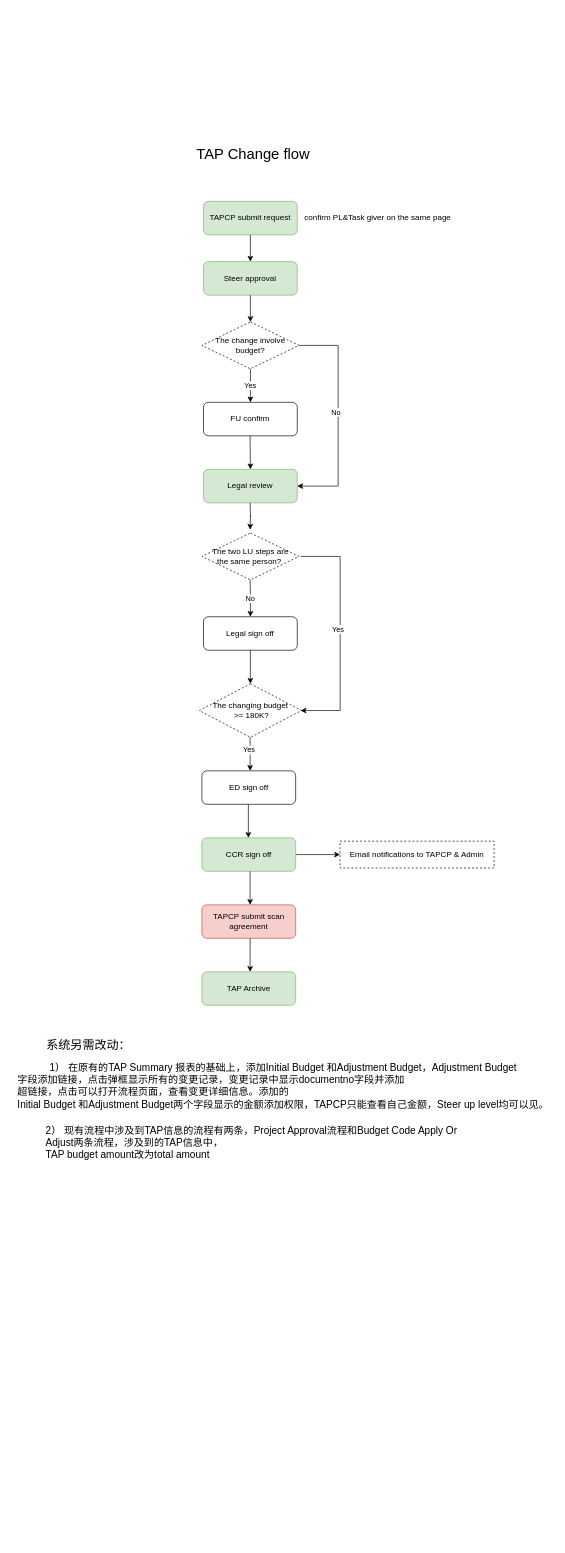
Above: Untitled Diagram.drawio in ruibei/greenpeace_datahub (draw.io), before the change. Source tidied: cells renumbered, new cells numbered last; positions are measured from the earlier drawing's top-left corner, leaving out a move shared by most shapes. Both pictures are drawn from the tidied source at 67%, with x=0, y=0 at pixel (11, 147).
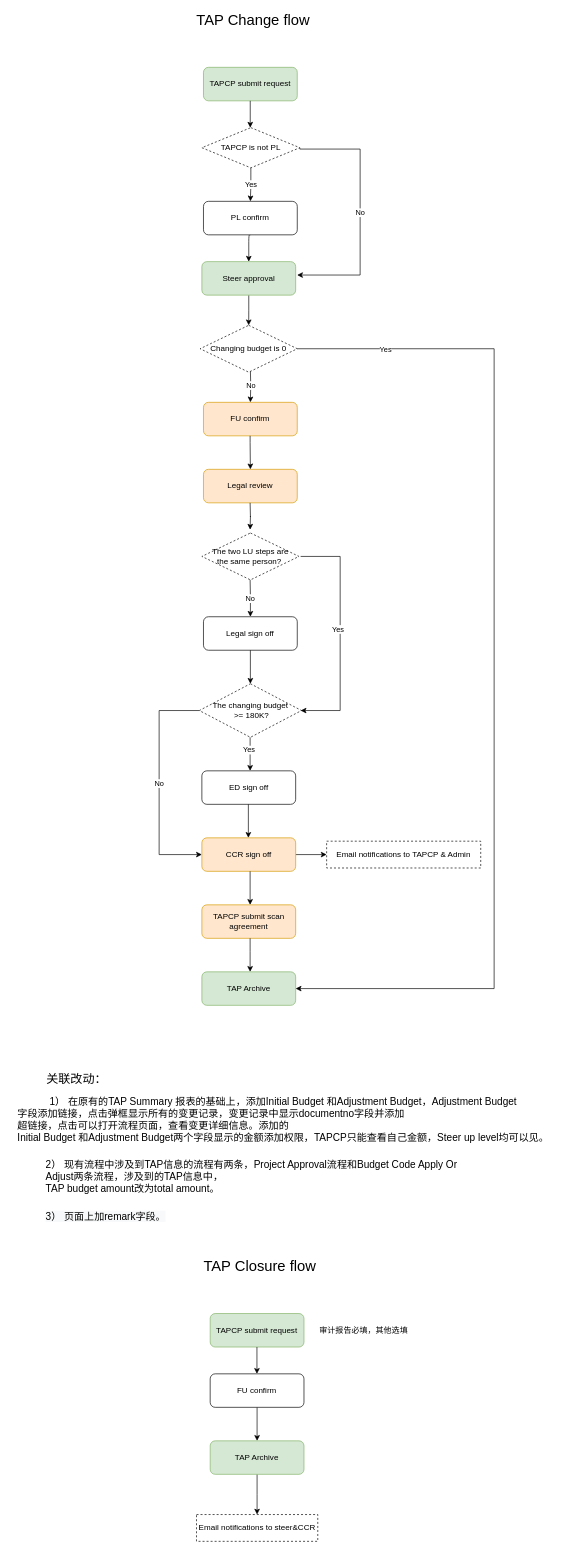
The same page after the edit.

Unchanged cells that the change refers to:
```xml
<mxCell id="19" value="The changing budget&lt;br&gt;&amp;nbsp;&amp;gt;= 180K?" style="rhombus;whiteSpace=wrap;html=1;dashed=1;" parent="1" vertex="1">
  <mxGeometry x="280" y="800" width="152.5" height="80" as="geometry" />
</mxCell>
<mxCell id="29" value="TAP Archive" style="rounded=1;whiteSpace=wrap;html=1;fillColor=#d5e8d4;strokeColor=#82b366;" parent="1" vertex="1">
  <mxGeometry x="283.8" y="1230" width="140" height="50" as="geometry" />
</mxCell>
```

The edit, as a diff of the source:
```diff
@@
     <mxCell id="2" value="TAPCP submit request" style="rounded=1;whiteSpace=wrap;html=1;fillColor=#d5e8d4;strokeColor=#82b366;" parent="1" vertex="1">
-      <mxGeometry x="286.2" y="80" width="140" height="50" as="geometry" />
+      <mxGeometry x="286.2" y="-120" width="140" height="50" as="geometry" />
     </mxCell>
-    <mxCell id="3" style="edgeStyle=segmentEdgeStyle;endArrow=classic;html=1;exitX=0.5;exitY=1;exitDx=0;exitDy=0;entryX=0.5;entryY=0;entryDx=0;entryDy=0;" parent="1" edge="1" source="2" target="5">
-      <mxGeometry relative="1" as="geometry" />
-    </mxCell>
-    <mxCell id="4" value="Yes" style="edgeStyle=orthogonalEdgeStyle;rounded=0;jettySize=auto;html=1;" parent="1" edge="1" source="12" target="6">
-      <mxGeometry relative="1" as="geometry" />
+    <mxCell id="4" value="No" style="edgeStyle=orthogonalEdgeStyle;rounded=0;jettySize=auto;html=1;" parent="1" edge="1" target="6">
+      <mxGeometry relative="1" as="geometry">
+        <mxPoint x="356.2" y="330" as="sourcePoint" />
+      </mxGeometry>
     </mxCell>
+    <mxCell id="37" style="edgeStyle=orthogonalEdgeStyle;rounded=0;jettySize=auto;html=1;entryX=0.5;entryY=0;entryDx=0;entryDy=0;" parent="1" edge="1" source="5" target="47">
+      <mxGeometry relative="1" as="geometry" />
+    </mxCell>
     <mxCell id="5" value="Steer approval" style="rounded=1;whiteSpace=wrap;html=1;fillColor=#d5e8d4;strokeColor=#82b366;" parent="1" vertex="1">
-      <mxGeometry x="286.2" y="170" width="140" height="50" as="geometry" />
+      <mxGeometry x="283.8" y="170" width="140" height="50" as="geometry" />
     </mxCell>
-    <mxCell id="6" value="FU confirm" style="rounded=1;whiteSpace=wrap;html=1;" parent="1" vertex="1">
+    <mxCell id="6" value="FU confirm" style="rounded=1;whiteSpace=wrap;html=1;fillColor=#ffe6cc;strokeColor=#d79b00;" parent="1" vertex="1">
       <mxGeometry x="286.2" y="380" width="140" height="50" as="geometry" />
     </mxCell>
-    <mxCell id="7" value="Legal review" style="rounded=1;whiteSpace=wrap;html=1;fillColor=#d5e8d4;strokeColor=#82b366;" parent="1" vertex="1">
+    <mxCell id="7" value="Legal review" style="rounded=1;whiteSpace=wrap;html=1;fillColor=#ffe6cc;strokeColor=#d79b00;" parent="1" vertex="1">
       <mxGeometry x="286.2" y="480" width="140" height="50" as="geometry" />
     </mxCell>
@@
-    <mxCell id="11" value="confirm PL&amp;amp;Task giver on the same page" style="text;html=1;align=center;verticalAlign=middle;" parent="1" vertex="1">
-      <mxGeometry x="431.2" y="95" width="230" height="20" as="geometry" />
-    </mxCell>
-    <mxCell id="12" value="The change involve budget?" style="rhombus;whiteSpace=wrap;html=1;dashed=1;" parent="1" vertex="1">
-      <mxGeometry x="283.8" y="260" width="145" height="70" as="geometry" />
-    </mxCell>
-    <mxCell id="13" style="edgeStyle=orthogonalEdgeStyle;rounded=0;jettySize=auto;html=1;" parent="1" edge="1" source="5" target="12">
-      <mxGeometry relative="1" as="geometry" />
-    </mxCell>
-    <mxCell id="14" style="edgeStyle=orthogonalEdgeStyle;rounded=0;jettySize=auto;html=1;exitX=1;exitY=0.5;exitDx=0;exitDy=0;entryX=1;entryY=0.5;entryDx=0;entryDy=0;" parent="1" edge="1" source="12" target="7">
-      <mxGeometry relative="1" as="geometry">
-        <Array as="points">
-          <mxPoint x="487.2" y="295" />
-          <mxPoint x="487.2" y="505" />
-        </Array>
-      </mxGeometry>
-    </mxCell>
-    <mxCell id="15" value="No" style="edgeLabel;html=1;align=center;verticalAlign=middle;" parent="14" vertex="1">
-      <mxGeometry x="-0.04" y="-4" relative="1" as="geometry" />
-    </mxCell>
@@
+    <mxCell id="38" value="No" style="edgeStyle=orthogonalEdgeStyle;rounded=0;jettySize=auto;html=1;entryX=0;entryY=0.5;entryDx=0;entryDy=0;exitX=0;exitY=0.5;exitDx=0;exitDy=0;" parent="1" edge="1" source="19" target="26">
+      <mxGeometry relative="1" as="geometry">
+        <Array as="points">
+          <mxPoint x="220" y="840" />
+          <mxPoint x="220" y="1055" />
+        </Array>
+      </mxGeometry>
+    </mxCell>
@@
-    <mxCell id="26" value="CCR sign off" style="rounded=1;whiteSpace=wrap;html=1;fillColor=#d5e8d4;strokeColor=#82b366;" parent="1" vertex="1">
+    <mxCell id="26" value="CCR sign off" style="rounded=1;whiteSpace=wrap;html=1;fillColor=#ffe6cc;strokeColor=#d79b00;" parent="1" vertex="1">
       <mxGeometry x="283.8" y="1030" width="140" height="50" as="geometry" />
     </mxCell>
@@
     <mxCell id="28" value="Email notifications to TAPCP &amp;amp; Admin" style="html=1;whiteSpace=wrap;dashed=1;" parent="1" vertex="1">
-      <mxGeometry x="490" y="1035" width="230" height="40" as="geometry" />
+      <mxGeometry x="470" y="1035" width="230" height="40" as="geometry" />
     </mxCell>
@@
-    <mxCell id="30" value="TAPCP submit scan agreement" style="rounded=1;whiteSpace=wrap;html=1;fillColor=#f8cecc;strokeColor=#b85450;" parent="1" vertex="1">
+    <mxCell id="30" value="TAPCP submit scan agreement" style="rounded=1;whiteSpace=wrap;html=1;fillColor=#ffe6cc;strokeColor=#d79b00;" parent="1" vertex="1">
       <mxGeometry x="283.8" y="1130" width="140" height="50" as="geometry" />
     </mxCell>
@@
     <mxCell id="33" value="&lt;font style=&quot;font-size: 22px&quot;&gt;TAP Change flow&lt;/font&gt;" style="text;html=1;align=center;verticalAlign=middle;" parent="1" vertex="1">
-      <mxGeometry x="270" width="180" height="20" as="geometry" />
+      <mxGeometry x="270" y="-200" width="180" height="20" as="geometry" />
     </mxCell>
-    <mxCell id="34" value="&lt;font style=&quot;font-size: 18px&quot;&gt;系统另需改动：&lt;/font&gt;" style="text;html=1;align=left;verticalAlign=middle;" parent="1" vertex="1">
-      <mxGeometry x="50" y="1330" width="140" height="20" as="geometry" />
+    <mxCell id="34" value="&lt;font style=&quot;font-size: 18px&quot;&gt;关联改动：&lt;/font&gt;" style="text;html=1;align=left;verticalAlign=middle;" parent="1" vertex="1">
+      <mxGeometry x="50" y="1380" width="110" height="20" as="geometry" />
     </mxCell>
     <mxCell id="35" value="&lt;font style=&quot;font-size: 15px&quot;&gt;&lt;span style=&quot;text-align: left&quot;&gt;1）&amp;nbsp;&lt;/span&gt;&lt;span style=&quot;text-align: left&quot;&gt;在原有的TAP Summary 报表的基础上，添加Initial Budget 和Adjustment Budget，&lt;/span&gt;&lt;span style=&quot;text-align: left&quot;&gt;Adjustment Budget&lt;/span&gt;&lt;/font&gt;&lt;div style=&quot;text-align: left ; font-size: 15px&quot;&gt;&lt;font style=&quot;font-size: 15px&quot;&gt;字段添加链接，点击弹框显示所有的变更记录，变更记录中显示documentno字段并添加&lt;/font&gt;&lt;/div&gt;&lt;div style=&quot;text-align: left ; font-size: 15px&quot;&gt;&lt;font style=&quot;font-size: 15px&quot;&gt;超链接，点击可以打开流程页面，查看变更详细信息。添加的&lt;/font&gt;&lt;/div&gt;&lt;font style=&quot;font-size: 15px&quot;&gt;&lt;span style=&quot;text-align: left&quot;&gt;Initial Budget 和Adjustment Budget&lt;/span&gt;&lt;span style=&quot;text-align: left&quot;&gt;两个字段显示的金额添加权限，TAPCP只能查看自己金额，Steer up level均可以见。&lt;/span&gt;&lt;/font&gt;" style="text;html=1;align=center;verticalAlign=middle;" parent="1" vertex="1">
-      <mxGeometry y="1370" width="810" height="60" as="geometry" />
+      <mxGeometry y="1420" width="810" height="60" as="geometry" />
     </mxCell>
-    <mxCell id="36" value="&lt;font style=&quot;font-size: 15px&quot;&gt;&lt;span&gt;2） &lt;/span&gt;&lt;/font&gt;&lt;span style=&quot;font-size: 15px&quot;&gt;现有流程中涉及到TAP信息的流程有两条，Project Approval流程和Budget Code Apply Or&lt;/span&gt;&lt;div&gt;&lt;span style=&quot;font-size: 15px&quot;&gt;Adjust两条流程，涉及到的TAP信息中，&lt;/span&gt;&lt;/div&gt;&lt;span style=&quot;font-size: 15px&quot;&gt;TAP budget amount改为total amount&lt;/span&gt;" style="text;html=1;align=left;verticalAlign=middle;" parent="1" vertex="1">
-      <mxGeometry x="48.8" y="1460" width="630" height="50" as="geometry" />
+    <mxCell id="36" value="&lt;font style=&quot;font-size: 15px&quot;&gt;&lt;span&gt;2） &lt;/span&gt;&lt;/font&gt;&lt;span style=&quot;font-size: 15px&quot;&gt;现有流程中涉及到TAP信息的流程有两条，Project Approval流程和Budget Code Apply Or&lt;/span&gt;&lt;div&gt;&lt;span style=&quot;font-size: 15px&quot;&gt;Adjust两条流程，涉及到的TAP信息中，&lt;/span&gt;&lt;/div&gt;&lt;span style=&quot;font-size: 15px&quot;&gt;TAP budget amount改为total amount。&amp;nbsp;&amp;nbsp;&lt;/span&gt;" style="text;html=1;align=left;verticalAlign=middle;" parent="1" vertex="1">
+      <mxGeometry x="48.8" y="1510" width="630" height="50" as="geometry" />
     </mxCell>
+    <mxCell id="39" style="edgeStyle=segmentEdgeStyle;endArrow=classic;html=1;entryX=0.5;entryY=0;entryDx=0;entryDy=0;exitX=0.5;exitY=1;exitDx=0;exitDy=0;" parent="1" edge="1" source="44">
+      <mxGeometry relative="1" as="geometry">
+        <mxPoint x="353.8" y="170" as="targetPoint" />
+        <Array as="points">
+          <mxPoint x="354" y="130" />
+        </Array>
+      </mxGeometry>
+    </mxCell>
+    <mxCell id="40" value="Yes" style="edgeStyle=orthogonalEdgeStyle;rounded=0;jettySize=auto;html=1;entryX=0.5;entryY=0;entryDx=0;entryDy=0;" parent="1" edge="1" source="42" target="44">
+      <mxGeometry relative="1" as="geometry" />
+    </mxCell>
+    <mxCell id="41" value="No" style="edgeStyle=orthogonalEdgeStyle;rounded=0;jettySize=auto;html=1;exitX=1;exitY=0.5;exitDx=0;exitDy=0;" parent="1" edge="1" source="42">
+      <mxGeometry relative="1" as="geometry">
+        <mxPoint x="426" y="190" as="targetPoint" />
+        <Array as="points">
+          <mxPoint x="430" y="2" />
+          <mxPoint x="520" y="2" />
+          <mxPoint x="520" y="190" />
+          <mxPoint x="426" y="190" />
+        </Array>
+      </mxGeometry>
+    </mxCell>
+    <mxCell id="42" value="TAPCP is not PL" style="rhombus;whiteSpace=wrap;html=1;dashed=1;" parent="1" vertex="1">
+      <mxGeometry x="283.8" y="-30" width="146.2" height="60" as="geometry" />
+    </mxCell>
+    <mxCell id="43" style="edgeStyle=segmentEdgeStyle;endArrow=classic;html=1;" parent="1" edge="1">
+      <mxGeometry relative="1" as="geometry">
+        <mxPoint x="356" y="-70" as="sourcePoint" />
+        <mxPoint x="356" y="-30" as="targetPoint" />
+      </mxGeometry>
+    </mxCell>
+    <mxCell id="44" value="PL confirm" style="rounded=1;whiteSpace=wrap;html=1;" parent="1" vertex="1">
+      <mxGeometry x="286.2" y="80" width="140" height="50" as="geometry" />
+    </mxCell>
+    <mxCell id="45" style="edgeStyle=orthogonalEdgeStyle;rounded=0;jettySize=auto;html=1;exitX=1;exitY=0.5;exitDx=0;exitDy=0;entryX=1;entryY=0.5;entryDx=0;entryDy=0;" parent="1" edge="1" source="47" target="29">
+      <mxGeometry relative="1" as="geometry">
+        <Array as="points">
+          <mxPoint x="720" y="300" />
+          <mxPoint x="720" y="1255" />
+        </Array>
+      </mxGeometry>
+    </mxCell>
+    <mxCell id="46" value="Yes" style="edgeLabel;html=1;align=center;verticalAlign=middle;" parent="45" vertex="1">
+      <mxGeometry x="-0.83" relative="1" as="geometry" />
+    </mxCell>
+    <mxCell id="47" value="Changing budget is 0" style="rhombus;whiteSpace=wrap;html=1;dashed=1;" parent="1" vertex="1">
+      <mxGeometry x="281.2" y="265" width="145" height="70" as="geometry" />
+    </mxCell>
+    <mxCell id="48" value="TAPCP submit request" style="rounded=1;whiteSpace=wrap;html=1;fillColor=#d5e8d4;strokeColor=#82b366;" parent="1" vertex="1">
+      <mxGeometry x="296.2" y="1740" width="140" height="50" as="geometry" />
+    </mxCell>
+    <mxCell id="49" style="edgeStyle=orthogonalEdgeStyle;rounded=0;jettySize=auto;html=1;" parent="1" edge="1" source="50">
+      <mxGeometry relative="1" as="geometry">
+        <mxPoint x="366.2" y="2040" as="targetPoint" />
+      </mxGeometry>
+    </mxCell>
+    <mxCell id="50" value="TAP Archive" style="rounded=1;whiteSpace=wrap;html=1;fillColor=#d5e8d4;strokeColor=#82b366;" parent="1" vertex="1">
+      <mxGeometry x="296.2" y="1930" width="140" height="50" as="geometry" />
+    </mxCell>
+    <mxCell id="51" value="&lt;font style=&quot;font-size: 22px&quot;&gt;TAP Closure flow&lt;/font&gt;" style="text;html=1;align=center;verticalAlign=middle;" parent="1" vertex="1">
+      <mxGeometry x="280" y="1660" width="180" height="20" as="geometry" />
+    </mxCell>
+    <mxCell id="52" style="edgeStyle=segmentEdgeStyle;endArrow=classic;html=1;" parent="1" edge="1">
+      <mxGeometry relative="1" as="geometry">
+        <mxPoint x="366" y="1790" as="sourcePoint" />
+        <mxPoint x="366" y="1830" as="targetPoint" />
+      </mxGeometry>
+    </mxCell>
+    <mxCell id="53" style="edgeStyle=orthogonalEdgeStyle;rounded=0;jettySize=auto;html=1;entryX=0.5;entryY=0;entryDx=0;entryDy=0;" parent="1" edge="1" source="54" target="50">
+      <mxGeometry relative="1" as="geometry" />
+    </mxCell>
+    <mxCell id="54" value="FU confirm" style="rounded=1;whiteSpace=wrap;html=1;" parent="1" vertex="1">
+      <mxGeometry x="296.2" y="1830" width="140" height="50" as="geometry" />
+    </mxCell>
+    <mxCell id="55" value="Email notifications to steer&amp;amp;CCR" style="html=1;whiteSpace=wrap;dashed=1;" parent="1" vertex="1">
+      <mxGeometry x="275.8" y="2040" width="181" height="40" as="geometry" />
+    </mxCell>
+    <mxCell id="56" value="审计报告必填，其他选填" style="text;html=1;align=center;verticalAlign=middle;" parent="1" vertex="1">
+      <mxGeometry x="450" y="1755" width="150" height="20" as="geometry" />
+    </mxCell>
+    <mxCell id="57" value="&lt;span style=&quot;color: rgb(0 , 0 , 0) ; font-family: &amp;#34;helvetica&amp;#34; ; font-size: 15px ; font-style: normal ; font-weight: 400 ; letter-spacing: normal ; text-align: left ; text-indent: 0px ; text-transform: none ; word-spacing: 0px ; background-color: rgb(248 , 249 , 250) ; display: inline ; float: none&quot;&gt;3） 页面上加remark字段。&lt;/span&gt;" style="text;whiteSpace=wrap;html=1;" parent="1" vertex="1">
+      <mxGeometry x="48.8" y="1580" width="211.2" height="30" as="geometry" />
+    </mxCell>
```
